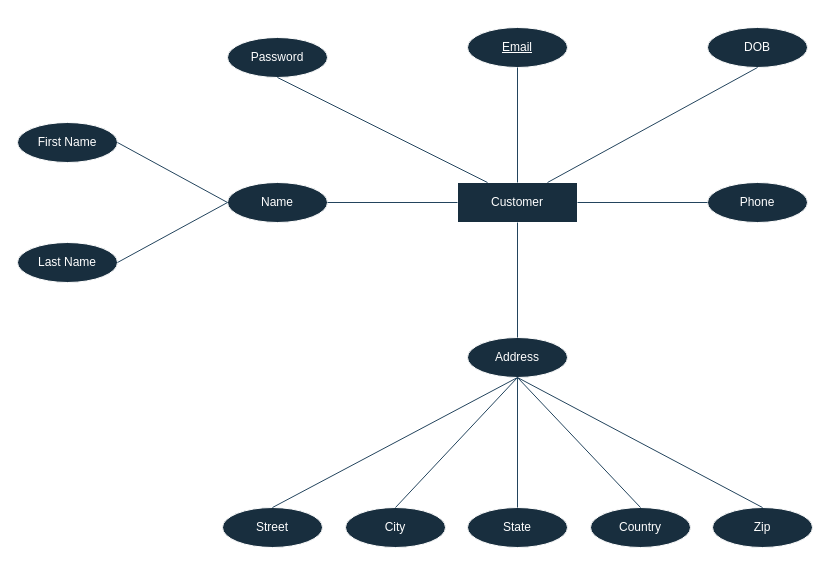
Before: page "customer" (1 of 10) of ER.drawio in VenkataSaiRahulSunkari/CS631011-Project, a draw.io diagram. Source tidied: cells renumbered, new cells numbered last; positions are measured from the earlier drawing's top-left corner, leaving out a move shared by most shapes. Both pictures are drawn from the tidied source at 100%, with x=0, y=0 at pixel (17, 27).
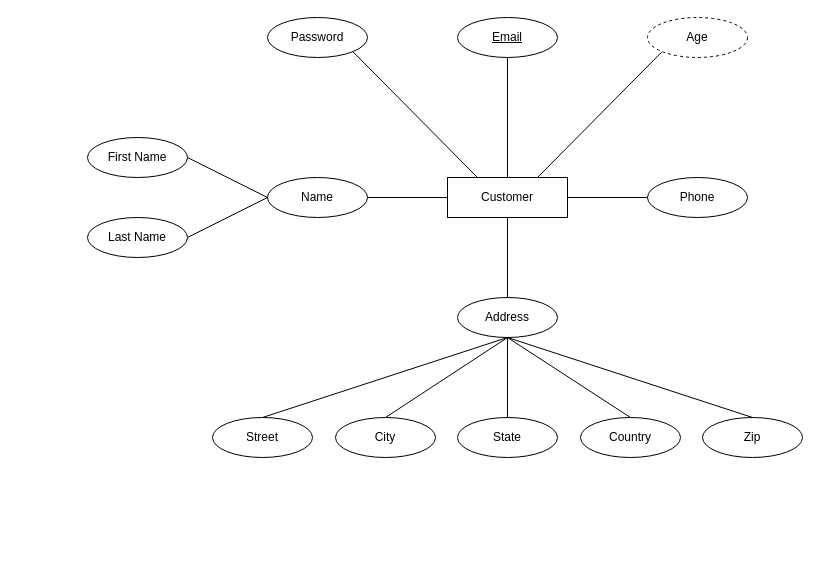
The same page after the edit.

The edit, as a diff of the source:
```diff
@@
-    <mxCell id="2" value="Customer" style="whiteSpace=wrap;html=1;align=center;strokeColor=#FFFFFF;fontColor=#FFFFFF;fillColor=#182E3E;" parent="1" vertex="1">
-      <mxGeometry x="440" y="155" width="120" height="40" as="geometry" />
+    <mxCell id="2" value="Customer" style="whiteSpace=wrap;html=1;align=center;labelBackgroundColor=none;" parent="1" vertex="1">
+      <mxGeometry x="430" y="150" width="120" height="40" as="geometry" />
     </mxCell>
-    <mxCell id="3" value="Email" style="ellipse;whiteSpace=wrap;html=1;align=center;fontStyle=4;strokeColor=#FFFFFF;fontColor=#FFFFFF;fillColor=#182E3E;" parent="1" vertex="1">
-      <mxGeometry x="450" width="100" height="40" as="geometry" />
+    <mxCell id="3" value="Email" style="ellipse;whiteSpace=wrap;html=1;align=center;fontStyle=4;labelBackgroundColor=none;" parent="1" vertex="1">
+      <mxGeometry x="440" y="-10" width="100" height="40" as="geometry" />
     </mxCell>
-    <mxCell id="4" value="Name" style="ellipse;whiteSpace=wrap;html=1;align=center;strokeColor=#FFFFFF;fontColor=#FFFFFF;fillColor=#182E3E;" parent="1" vertex="1">
-      <mxGeometry x="210" y="155" width="100" height="40" as="geometry" />
+    <mxCell id="4" value="Name" style="ellipse;whiteSpace=wrap;html=1;align=center;labelBackgroundColor=none;" parent="1" vertex="1">
+      <mxGeometry x="250" y="150" width="100" height="40" as="geometry" />
     </mxCell>
-    <mxCell id="5" value="First Name" style="ellipse;whiteSpace=wrap;html=1;align=center;strokeColor=#FFFFFF;fontColor=#FFFFFF;fillColor=#182E3E;" parent="1" vertex="1">
-      <mxGeometry y="95" width="100" height="40" as="geometry" />
+    <mxCell id="5" value="First Name" style="ellipse;whiteSpace=wrap;html=1;align=center;labelBackgroundColor=none;" parent="1" vertex="1">
+      <mxGeometry x="70" y="110" width="100" height="40" as="geometry" />
     </mxCell>
-    <mxCell id="6" value="Last Name" style="ellipse;whiteSpace=wrap;html=1;align=center;strokeColor=#FFFFFF;fontColor=#FFFFFF;fillColor=#182E3E;" parent="1" vertex="1">
-      <mxGeometry y="215" width="100" height="40" as="geometry" />
+    <mxCell id="6" value="Last Name" style="ellipse;whiteSpace=wrap;html=1;align=center;labelBackgroundColor=none;" parent="1" vertex="1">
+      <mxGeometry x="70" y="190" width="100" height="40" as="geometry" />
     </mxCell>
-    <mxCell id="7" style="endArrow=none;html=1;rounded=0;strokeColor=#23445D;exitX=1;exitY=0.5;exitDx=0;exitDy=0;entryX=0;entryY=0.5;entryDx=0;entryDy=0;" parent="1" edge="1" source="5" target="4">
+    <mxCell id="7" style="endArrow=none;html=1;rounded=0;exitX=1;exitY=0.5;exitDx=0;exitDy=0;entryX=0;entryY=0.5;entryDx=0;entryDy=0;labelBackgroundColor=none;fontColor=default;" parent="1" edge="1" source="5" target="4">
       <mxGeometry relative="1" as="geometry" />
     </mxCell>
-    <mxCell id="8" style="endArrow=none;html=1;rounded=0;strokeColor=#23445D;exitX=1;exitY=0.5;exitDx=0;exitDy=0;entryX=0;entryY=0.5;entryDx=0;entryDy=0;" parent="1" edge="1" source="6" target="4">
+    <mxCell id="8" style="endArrow=none;html=1;rounded=0;exitX=1;exitY=0.5;exitDx=0;exitDy=0;entryX=0;entryY=0.5;entryDx=0;entryDy=0;labelBackgroundColor=none;fontColor=default;" parent="1" edge="1" source="6" target="4">
       <mxGeometry relative="1" as="geometry" />
     </mxCell>
-    <mxCell id="9" value="Address" style="ellipse;whiteSpace=wrap;html=1;align=center;strokeColor=#FFFFFF;fontColor=#FFFFFF;fillColor=#182E3E;" parent="1" vertex="1">
-      <mxGeometry x="450" y="310" width="100" height="40" as="geometry" />
+    <mxCell id="9" value="Address" style="ellipse;whiteSpace=wrap;html=1;align=center;labelBackgroundColor=none;" parent="1" vertex="1">
+      <mxGeometry x="440" y="270" width="100" height="40" as="geometry" />
     </mxCell>
-    <mxCell id="10" value="Street" style="ellipse;whiteSpace=wrap;html=1;align=center;strokeColor=#FFFFFF;fontColor=#FFFFFF;fillColor=#182E3E;" parent="1" vertex="1">
-      <mxGeometry x="205" y="480" width="100" height="40" as="geometry" />
+    <mxCell id="10" value="Street" style="ellipse;whiteSpace=wrap;html=1;align=center;labelBackgroundColor=none;" parent="1" vertex="1">
+      <mxGeometry x="195" y="390" width="100" height="40" as="geometry" />
     </mxCell>
-    <mxCell id="11" value="City" style="ellipse;whiteSpace=wrap;html=1;align=center;strokeColor=#FFFFFF;fontColor=#FFFFFF;fillColor=#182E3E;" parent="1" vertex="1">
-      <mxGeometry x="328" y="480" width="100" height="40" as="geometry" />
+    <mxCell id="11" value="City" style="ellipse;whiteSpace=wrap;html=1;align=center;labelBackgroundColor=none;" parent="1" vertex="1">
+      <mxGeometry x="318" y="390" width="100" height="40" as="geometry" />
     </mxCell>
-    <mxCell id="12" style="endArrow=none;html=1;rounded=0;strokeColor=#23445D;exitX=0.5;exitY=0;exitDx=0;exitDy=0;entryX=0.5;entryY=1;entryDx=0;entryDy=0;" parent="1" edge="1" source="10" target="9">
+    <mxCell id="12" style="endArrow=none;html=1;rounded=0;exitX=0.5;exitY=0;exitDx=0;exitDy=0;entryX=0.5;entryY=1;entryDx=0;entryDy=0;labelBackgroundColor=none;fontColor=default;" parent="1" edge="1" source="10" target="9">
       <mxGeometry relative="1" as="geometry" />
     </mxCell>
-    <mxCell id="13" style="endArrow=none;html=1;rounded=0;strokeColor=#23445D;entryX=0.5;entryY=1;entryDx=0;entryDy=0;exitX=0.5;exitY=0;exitDx=0;exitDy=0;" parent="1" edge="1" source="11" target="9">
+    <mxCell id="13" style="endArrow=none;html=1;rounded=0;entryX=0.5;entryY=1;entryDx=0;entryDy=0;exitX=0.5;exitY=0;exitDx=0;exitDy=0;labelBackgroundColor=none;fontColor=default;" parent="1" edge="1" source="11" target="9">
       <mxGeometry relative="1" as="geometry" />
     </mxCell>
-    <mxCell id="14" value="State" style="ellipse;whiteSpace=wrap;html=1;align=center;strokeColor=#FFFFFF;fontColor=#FFFFFF;fillColor=#182E3E;" parent="1" vertex="1">
-      <mxGeometry x="450" y="480" width="100" height="40" as="geometry" />
+    <mxCell id="14" value="State" style="ellipse;whiteSpace=wrap;html=1;align=center;labelBackgroundColor=none;" parent="1" vertex="1">
+      <mxGeometry x="440" y="390" width="100" height="40" as="geometry" />
     </mxCell>
-    <mxCell id="15" value="Zip" style="ellipse;whiteSpace=wrap;html=1;align=center;strokeColor=#FFFFFF;fontColor=#FFFFFF;fillColor=#182E3E;" parent="1" vertex="1">
-      <mxGeometry x="695" y="480" width="100" height="40" as="geometry" />
+    <mxCell id="15" value="Zip" style="ellipse;whiteSpace=wrap;html=1;align=center;labelBackgroundColor=none;" parent="1" vertex="1">
+      <mxGeometry x="685" y="390" width="100" height="40" as="geometry" />
     </mxCell>
-    <mxCell id="16" value="Country" style="ellipse;whiteSpace=wrap;html=1;align=center;strokeColor=#FFFFFF;fontColor=#FFFFFF;fillColor=#182E3E;" parent="1" vertex="1">
-      <mxGeometry x="573" y="480" width="100" height="40" as="geometry" />
+    <mxCell id="16" value="Country" style="ellipse;whiteSpace=wrap;html=1;align=center;labelBackgroundColor=none;" parent="1" vertex="1">
+      <mxGeometry x="563" y="390" width="100" height="40" as="geometry" />
     </mxCell>
-    <mxCell id="17" style="endArrow=none;html=1;rounded=0;strokeColor=#23445D;entryX=0.5;entryY=1;entryDx=0;entryDy=0;exitX=0.5;exitY=0;exitDx=0;exitDy=0;" parent="1" edge="1" source="14" target="9">
+    <mxCell id="17" style="endArrow=none;html=1;rounded=0;entryX=0.5;entryY=1;entryDx=0;entryDy=0;exitX=0.5;exitY=0;exitDx=0;exitDy=0;labelBackgroundColor=none;fontColor=default;" parent="1" edge="1" source="14" target="9">
       <mxGeometry relative="1" as="geometry" />
     </mxCell>
-    <mxCell id="18" style="endArrow=none;html=1;rounded=0;strokeColor=#23445D;entryX=0.5;entryY=1;entryDx=0;entryDy=0;exitX=0.5;exitY=0;exitDx=0;exitDy=0;" parent="1" edge="1" source="16" target="9">
+    <mxCell id="18" style="endArrow=none;html=1;rounded=0;entryX=0.5;entryY=1;entryDx=0;entryDy=0;exitX=0.5;exitY=0;exitDx=0;exitDy=0;labelBackgroundColor=none;fontColor=default;" parent="1" edge="1" source="16" target="9">
       <mxGeometry relative="1" as="geometry" />
     </mxCell>
-    <mxCell id="19" style="endArrow=none;html=1;rounded=0;strokeColor=#23445D;entryX=0.5;entryY=1;entryDx=0;entryDy=0;exitX=0.5;exitY=0;exitDx=0;exitDy=0;" parent="1" edge="1" source="15" target="9">
+    <mxCell id="19" style="endArrow=none;html=1;rounded=0;entryX=0.5;entryY=1;entryDx=0;entryDy=0;exitX=0.5;exitY=0;exitDx=0;exitDy=0;labelBackgroundColor=none;fontColor=default;" parent="1" edge="1" source="15" target="9">
       <mxGeometry relative="1" as="geometry" />
     </mxCell>
-    <mxCell id="20" value="DOB" style="ellipse;whiteSpace=wrap;html=1;align=center;strokeColor=#FFFFFF;fontColor=#FFFFFF;fillColor=#182E3E;" parent="1" vertex="1">
-      <mxGeometry x="690" width="100" height="40" as="geometry" />
-    </mxCell>
-    <mxCell id="21" value="Phone" style="ellipse;whiteSpace=wrap;html=1;align=center;strokeColor=#FFFFFF;fontColor=#FFFFFF;fillColor=#182E3E;" parent="1" vertex="1">
-      <mxGeometry x="690" y="155" width="100" height="40" as="geometry" />
+    <mxCell id="21" value="Phone" style="ellipse;whiteSpace=wrap;html=1;align=center;labelBackgroundColor=none;" parent="1" vertex="1">
+      <mxGeometry x="630" y="150" width="100" height="40" as="geometry" />
     </mxCell>
-    <mxCell id="22" value="Password" style="ellipse;whiteSpace=wrap;html=1;align=center;strokeColor=#FFFFFF;fontColor=#FFFFFF;fillColor=#182E3E;" parent="1" vertex="1">
-      <mxGeometry x="210" y="10" width="100" height="40" as="geometry" />
+    <mxCell id="22" value="Password" style="ellipse;whiteSpace=wrap;html=1;align=center;labelBackgroundColor=none;" parent="1" vertex="1">
+      <mxGeometry x="250" y="-10" width="100" height="40" as="geometry" />
     </mxCell>
-    <mxCell id="23" style="endArrow=none;html=1;rounded=0;strokeColor=#23445D;entryX=0.5;entryY=1;entryDx=0;entryDy=0;exitX=0.25;exitY=0;exitDx=0;exitDy=0;" parent="1" edge="1" source="2" target="22">
+    <mxCell id="23" style="endArrow=none;html=1;rounded=0;entryX=1;entryY=1;entryDx=0;entryDy=0;exitX=0.25;exitY=0;exitDx=0;exitDy=0;labelBackgroundColor=none;fontColor=default;" parent="1" edge="1" source="2" target="22">
       <mxGeometry relative="1" as="geometry" />
     </mxCell>
-    <mxCell id="24" style="endArrow=none;html=1;rounded=0;strokeColor=#23445D;entryX=1;entryY=0.5;entryDx=0;entryDy=0;exitX=0;exitY=0.5;exitDx=0;exitDy=0;" parent="1" edge="1" source="2" target="4">
+    <mxCell id="24" style="endArrow=none;html=1;rounded=0;entryX=1;entryY=0.5;entryDx=0;entryDy=0;exitX=0;exitY=0.5;exitDx=0;exitDy=0;labelBackgroundColor=none;fontColor=default;" parent="1" edge="1" source="2" target="4">
       <mxGeometry relative="1" as="geometry" />
     </mxCell>
-    <mxCell id="25" style="endArrow=none;html=1;rounded=0;strokeColor=#23445D;entryX=0.5;entryY=0;entryDx=0;entryDy=0;exitX=0.5;exitY=1;exitDx=0;exitDy=0;" parent="1" edge="1" source="3" target="2">
+    <mxCell id="25" style="endArrow=none;html=1;rounded=0;entryX=0.5;entryY=0;entryDx=0;entryDy=0;exitX=0.5;exitY=1;exitDx=0;exitDy=0;labelBackgroundColor=none;fontColor=default;" parent="1" edge="1" source="3" target="2">
       <mxGeometry relative="1" as="geometry" />
     </mxCell>
-    <mxCell id="26" style="endArrow=none;html=1;rounded=0;strokeColor=#23445D;entryX=0.75;entryY=0;entryDx=0;entryDy=0;exitX=0.5;exitY=1;exitDx=0;exitDy=0;" parent="1" edge="1" source="20" target="2">
+    <mxCell id="26" style="endArrow=none;html=1;rounded=0;entryX=0.75;entryY=0;entryDx=0;entryDy=0;exitX=0;exitY=1;exitDx=0;exitDy=0;labelBackgroundColor=none;fontColor=default;" parent="1" edge="1" source="29" target="2">
       <mxGeometry relative="1" as="geometry" />
     </mxCell>
-    <mxCell id="27" style="endArrow=none;html=1;rounded=0;strokeColor=#23445D;entryX=0.5;entryY=0;entryDx=0;entryDy=0;exitX=0.5;exitY=1;exitDx=0;exitDy=0;" parent="1" edge="1" source="2" target="9">
+    <mxCell id="27" style="endArrow=none;html=1;rounded=0;entryX=0.5;entryY=0;entryDx=0;entryDy=0;exitX=0.5;exitY=1;exitDx=0;exitDy=0;labelBackgroundColor=none;fontColor=default;" parent="1" edge="1" source="2" target="9">
       <mxGeometry relative="1" as="geometry" />
     </mxCell>
-    <mxCell id="28" style="endArrow=none;html=1;rounded=0;strokeColor=#23445D;entryX=1;entryY=0.5;entryDx=0;entryDy=0;exitX=0;exitY=0.5;exitDx=0;exitDy=0;" parent="1" edge="1" source="21" target="2">
+    <mxCell id="28" style="endArrow=none;html=1;rounded=0;entryX=1;entryY=0.5;entryDx=0;entryDy=0;exitX=0;exitY=0.5;exitDx=0;exitDy=0;labelBackgroundColor=none;fontColor=default;" parent="1" edge="1" source="21" target="2">
       <mxGeometry relative="1" as="geometry" />
     </mxCell>
+    <mxCell id="29" value="Age" style="ellipse;whiteSpace=wrap;html=1;align=center;dashed=1;labelBackgroundColor=none;" parent="1" vertex="1">
+      <mxGeometry x="630" y="-10" width="100" height="40" as="geometry" />
+    </mxCell>
```
